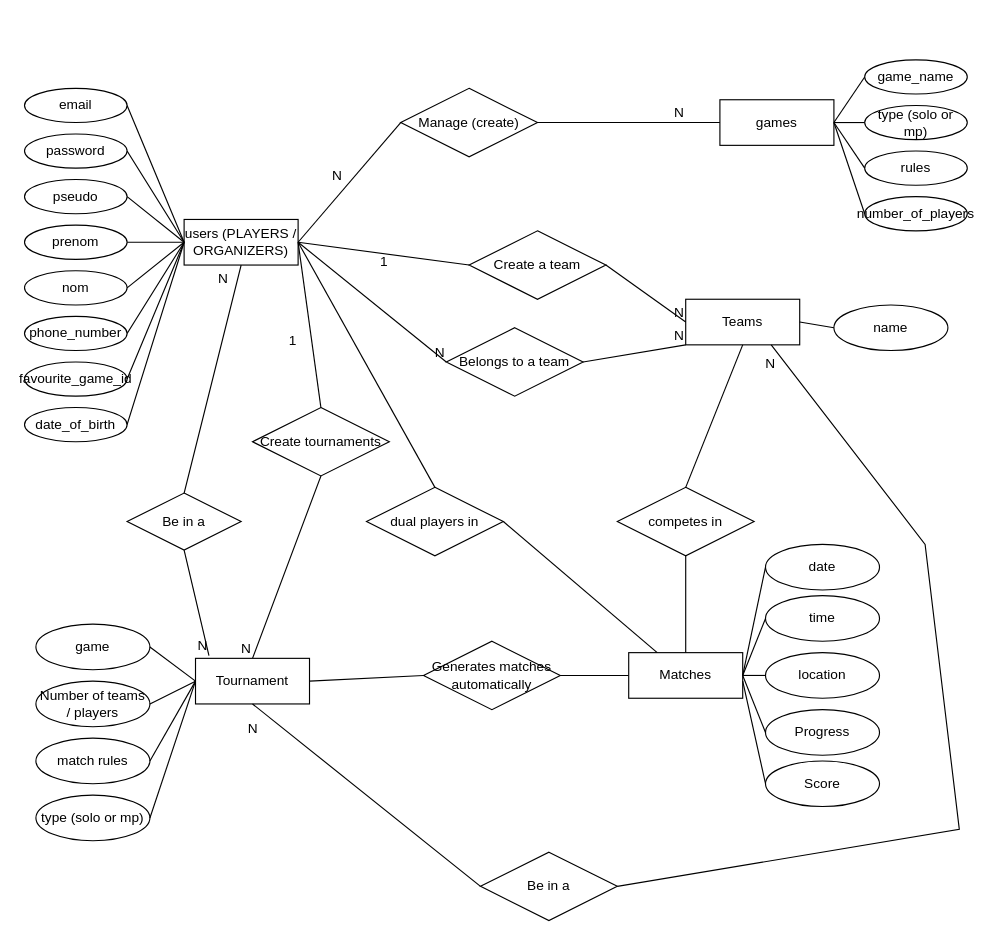
Before: ERD.drawio in ByScream/UTBM-IF3E-Projet-BGTMS, a draw.io diagram. Source tidied: cells renumbered, new cells numbered last; positions are measured from the earlier drawing's top-left corner, leaving out a move shared by most shapes. Both pictures are drawn from the tidied source at 114%, with x=0, y=0 at pixel (24, 59).
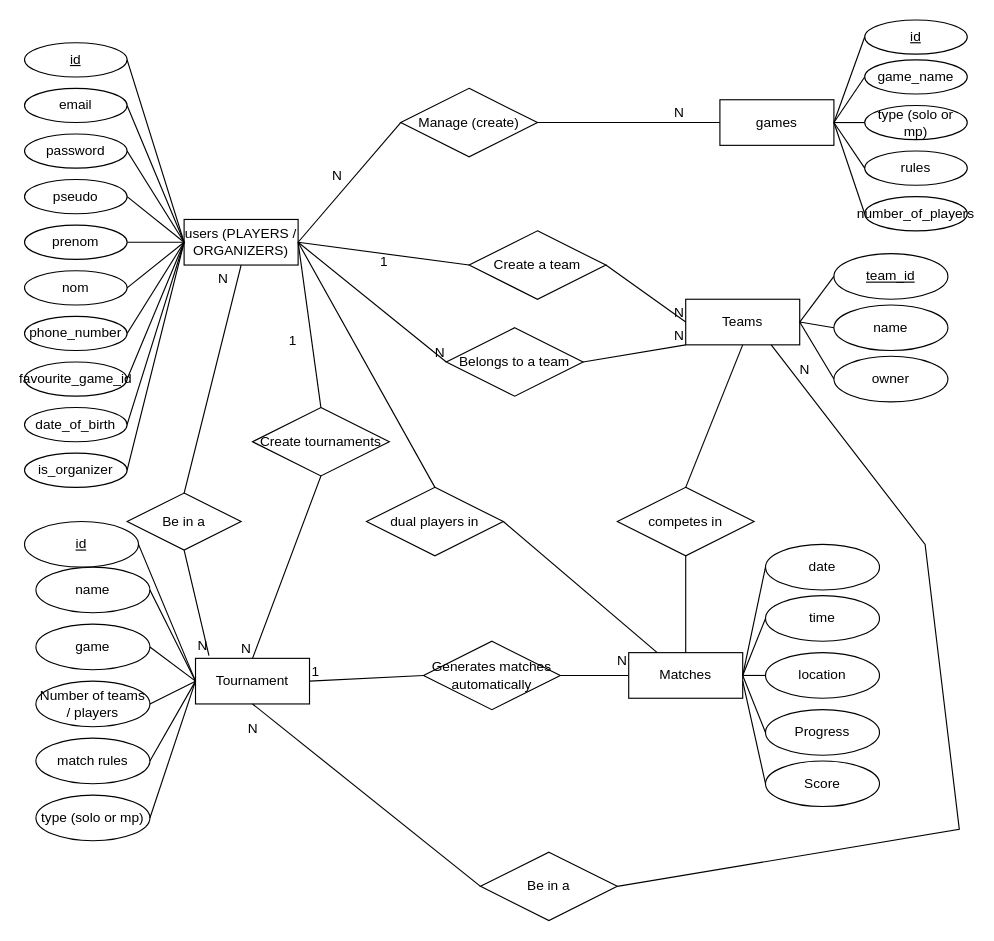
After the change.

Commit message (it also covers changes not shown here):
Mise à jour BDD + ERD

Unchanged cells that the change refers to:
```xml
<mxCell id="3" value="users (PLAYERS / ORGANIZERS)" style="whiteSpace=wrap;html=1;align=center;" parent="1" vertex="1">
  <mxGeometry x="140" y="140" width="100" height="40" as="geometry" />
</mxCell>
<mxCell id="25" value="games" style="whiteSpace=wrap;html=1;align=center;" parent="1" vertex="1">
  <mxGeometry x="610" y="35" width="100" height="40" as="geometry" />
</mxCell>
<mxCell id="38" value="Tournament" style="whiteSpace=wrap;html=1;align=center;" parent="1" vertex="1">
  <mxGeometry x="150" y="525" width="100" height="40" as="geometry" />
</mxCell>
<mxCell id="48" value="Teams" style="whiteSpace=wrap;html=1;align=center;" parent="1" vertex="1">
  <mxGeometry x="580" y="210" width="100" height="40" as="geometry" />
</mxCell>
<mxCell id="58" value="Generates matches automatically" style="shape=rhombus;perimeter=rhombusPerimeter;whiteSpace=wrap;html=1;align=center;" parent="1" vertex="1">
  <mxGeometry x="350" y="510" width="120" height="60" as="geometry" />
</mxCell>
<mxCell id="61" value="Matches" style="whiteSpace=wrap;html=1;align=center;" parent="1" vertex="1">
  <mxGeometry x="530" y="520" width="100" height="40" as="geometry" />
</mxCell>
<mxCell id="86" style="endArrow=none;html=1;rounded=0;exitX=1;exitY=0.5;exitDx=0;exitDy=0;entryX=0.75;entryY=1;entryDx=0;entryDy=0;" parent="1" edge="1" source="85" target="48">
  <mxGeometry relative="1" as="geometry">
    <Array as="points">
      <mxPoint x="820" y="675" />
      <mxPoint x="790" y="425" />
    </Array>
  </mxGeometry>
</mxCell>
```

The edit, as a diff of the source:
```diff
@@
-    <mxCell id="59" style="endArrow=none;html=1;rounded=0;exitX=1;exitY=0.5;exitDx=0;exitDy=0;entryX=0;entryY=0.5;entryDx=0;entryDy=0;" parent="1" edge="1" source="38" target="58">
-      <mxGeometry relative="1" as="geometry" />
-    </mxCell>
-    <mxCell id="60" style="endArrow=none;html=1;rounded=0;exitX=1;exitY=0.5;exitDx=0;exitDy=0;entryX=0;entryY=0.5;entryDx=0;entryDy=0;" parent="1" edge="1" source="58" target="61">
-      <mxGeometry relative="1" as="geometry" />
-    </mxCell>
@@
     <mxCell id="87" value="N" style="html=1;whiteSpace=wrap;align=right;verticalAlign=bottom;" parent="86" vertex="1">
       <mxGeometry x="1" relative="1" as="geometry">
-        <mxPoint x="5" y="25" as="offset" />
+        <mxPoint x="35" y="30" as="offset" />
       </mxGeometry>
     </mxCell>
@@
+    <mxCell id="90" value="is_organizer" style="ellipse;whiteSpace=wrap;html=1;align=center;" parent="1" vertex="1">
+      <mxGeometry y="345" width="90" height="30" as="geometry" />
+    </mxCell>
+    <mxCell id="91" value="name" style="ellipse;whiteSpace=wrap;html=1;align=center;" parent="1" vertex="1">
+      <mxGeometry x="10" y="445" width="100" height="40" as="geometry" />
+    </mxCell>
+    <mxCell id="92" style="endArrow=none;html=1;rounded=0;exitX=1;exitY=0.5;exitDx=0;exitDy=0;" parent="1" edge="1" source="91">
+      <mxGeometry relative="1" as="geometry">
+        <mxPoint x="150" y="545" as="targetPoint" />
+      </mxGeometry>
+    </mxCell>
+    <mxCell id="93" style="endArrow=none;html=1;rounded=0;exitX=1;exitY=0.5;exitDx=0;exitDy=0;entryX=0;entryY=0.5;entryDx=0;entryDy=0;" parent="1" edge="1" source="90" target="3">
+      <mxGeometry relative="1" as="geometry" />
+    </mxCell>
+    <mxCell id="59" style="endArrow=none;html=1;rounded=0;fontSize=12;startSize=8;endSize=8;curved=1;exitX=1;exitY=0.5;exitDx=0;exitDy=0;entryX=0;entryY=0.5;entryDx=0;entryDy=0;" parent="1" edge="1" source="38" target="58">
+      <mxGeometry relative="1" as="geometry" />
+    </mxCell>
+    <mxCell id="94" value="1" style="html=1;whiteSpace=wrap;align=right;verticalAlign=bottom;" parent="59" vertex="1">
+      <mxGeometry x="1" relative="1" as="geometry">
+        <mxPoint x="-90" y="5" as="offset" />
+      </mxGeometry>
+    </mxCell>
+    <mxCell id="60" style="endArrow=none;html=1;rounded=0;fontSize=12;startSize=8;endSize=8;curved=1;exitX=1;exitY=0.5;exitDx=0;exitDy=0;entryX=0;entryY=0.5;entryDx=0;entryDy=0;" parent="1" edge="1" source="58" target="61">
+      <mxGeometry relative="1" as="geometry" />
+    </mxCell>
+    <mxCell id="95" value="N" style="html=1;whiteSpace=wrap;align=right;verticalAlign=bottom;" parent="60" vertex="1">
+      <mxGeometry x="1" relative="1" as="geometry">
+        <mxPoint y="-5" as="offset" />
+      </mxGeometry>
+    </mxCell>
+    <mxCell id="96" value="&lt;u&gt;id&lt;/u&gt;" style="ellipse;whiteSpace=wrap;html=1;align=center;" parent="1" vertex="1">
+      <mxGeometry y="-15" width="90" height="30" as="geometry" />
+    </mxCell>
+    <mxCell id="97" style="endArrow=none;html=1;rounded=0;fontSize=12;startSize=8;endSize=8;curved=1;exitX=1;exitY=0.5;exitDx=0;exitDy=0;entryX=0;entryY=0.5;entryDx=0;entryDy=0;" parent="1" edge="1" source="96" target="3">
+      <mxGeometry relative="1" as="geometry" />
+    </mxCell>
+    <mxCell id="98" value="&lt;u&gt;id&lt;/u&gt;" style="ellipse;whiteSpace=wrap;html=1;align=center;" parent="1" vertex="1">
+      <mxGeometry x="737" y="-35" width="90" height="30" as="geometry" />
+    </mxCell>
+    <mxCell id="99" style="endArrow=none;html=1;rounded=0;fontSize=12;startSize=8;endSize=8;curved=1;exitX=1;exitY=0.5;exitDx=0;exitDy=0;entryX=0;entryY=0.5;entryDx=0;entryDy=0;" parent="1" edge="1" source="25" target="98">
+      <mxGeometry relative="1" as="geometry" />
+    </mxCell>
+    <mxCell id="100" value="owner" style="ellipse;whiteSpace=wrap;html=1;align=center;" parent="1" vertex="1">
+      <mxGeometry x="710" y="260" width="100" height="40" as="geometry" />
+    </mxCell>
+    <mxCell id="101" value="&lt;u&gt;team_id&lt;/u&gt;" style="ellipse;whiteSpace=wrap;html=1;align=center;" parent="1" vertex="1">
+      <mxGeometry x="710" y="170" width="100" height="40" as="geometry" />
+    </mxCell>
+    <mxCell id="102" style="endArrow=none;html=1;rounded=0;fontSize=12;startSize=8;endSize=8;curved=1;exitX=1;exitY=0.5;exitDx=0;exitDy=0;entryX=0;entryY=0.5;entryDx=0;entryDy=0;" parent="1" edge="1" source="48" target="101">
+      <mxGeometry relative="1" as="geometry" />
+    </mxCell>
+    <mxCell id="103" style="endArrow=none;html=1;rounded=0;fontSize=12;startSize=8;endSize=8;curved=1;exitX=1;exitY=0.5;exitDx=0;exitDy=0;entryX=0;entryY=0.5;entryDx=0;entryDy=0;" parent="1" edge="1" source="48" target="100">
+      <mxGeometry relative="1" as="geometry" />
+    </mxCell>
+    <mxCell id="104" value="id" style="ellipse;whiteSpace=wrap;html=1;align=center;fontStyle=4;" parent="1" vertex="1">
+      <mxGeometry y="405" width="100" height="40" as="geometry" />
+    </mxCell>
+    <mxCell id="105" style="endArrow=none;html=1;rounded=0;fontSize=12;startSize=8;endSize=8;curved=1;exitX=1;exitY=0.5;exitDx=0;exitDy=0;entryX=0;entryY=0.5;entryDx=0;entryDy=0;" parent="1" edge="1" source="104" target="38">
+      <mxGeometry relative="1" as="geometry" />
+    </mxCell>
```
